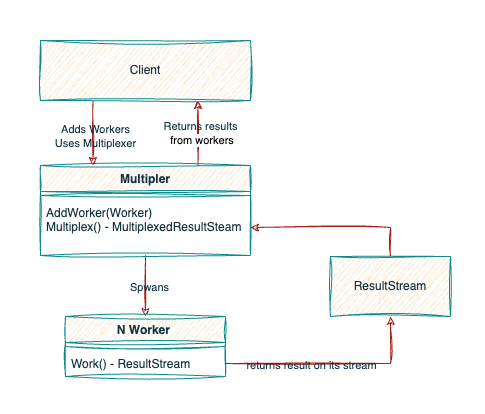
Earlier version of the draw.io export forkjoin_library.png (kubesure/forkjoin). Source tidied: cells renumbered, new cells last; positions are measured from the earlier drawing's top-left corner, leaving out a move shared by most shapes. The source it was exported from:
```xml
<mxGraphModel>
  <root>
    <mxCell id="0" />
    <mxCell id="1" parent="0" />
    <mxCell id="2" style="edgeStyle=orthogonalEdgeStyle;rounded=0;jettySize=auto;html=1;entryX=0.5;entryY=0;entryDx=0;entryDy=0;sketch=1;curveFitting=1;jiggle=2;labelBackgroundColor=none;strokeColor=#A8201A;fontColor=default;" parent="1" edge="1" source="6" target="9">
      <mxGeometry relative="1" as="geometry" />
    </mxCell>
    <mxCell id="3" value="Spwans" style="edgeLabel;html=1;align=center;verticalAlign=middle;sketch=1;curveFitting=1;jiggle=2;labelBackgroundColor=none;fontColor=#143642;" parent="2" vertex="1">
      <mxGeometry x="0.02" y="3" relative="1" as="geometry" />
    </mxCell>
    <mxCell id="4" style="edgeStyle=orthogonalEdgeStyle;rounded=0;jettySize=auto;html=1;exitX=0.75;exitY=0;exitDx=0;exitDy=0;entryX=0.75;entryY=1;entryDx=0;entryDy=0;sketch=1;curveFitting=1;jiggle=2;labelBackgroundColor=none;strokeColor=#A8201A;fontColor=default;" parent="1" edge="1" source="6" target="18">
      <mxGeometry relative="1" as="geometry" />
    </mxCell>
    <mxCell id="5" value="Returns results&lt;div&gt;&amp;nbsp;&lt;span style=&quot;background-color: light-dark(#ffffff, var(--ge-dark-color, #121212)); color: light-dark(rgb(0, 0, 0), rgb(255, 255, 255));&quot;&gt;from workers&lt;/span&gt;&lt;/div&gt;" style="edgeLabel;html=1;align=center;verticalAlign=middle;sketch=1;curveFitting=1;jiggle=2;labelBackgroundColor=none;fontColor=#143642;" parent="4" vertex="1">
      <mxGeometry y="-1" relative="1" as="geometry">
        <mxPoint x="1" as="offset" />
      </mxGeometry>
    </mxCell>
    <mxCell id="6" value="Multipler" style="swimlane;fontStyle=1;align=center;verticalAlign=top;horizontal=1;startSize=26;whiteSpace=wrap;html=1;sketch=1;curveFitting=1;jiggle=2;labelBackgroundColor=none;fillColor=#FAE5C7;strokeColor=#0F8B8D;fontColor=#143642;" parent="1" vertex="1">
      <mxGeometry x="40" y="165" width="210" height="90" as="geometry" />
    </mxCell>
    <mxCell id="7" style="line;strokeWidth=1;fillColor=none;align=left;verticalAlign=middle;spacingTop=-1;spacingLeft=3;spacingRight=3;labelPosition=right;strokeColor=#0F8B8D;sketch=1;curveFitting=1;jiggle=2;labelBackgroundColor=none;fontColor=#143642;" parent="6" vertex="1">
      <mxGeometry y="26" width="210" height="8" as="geometry" />
    </mxCell>
    <mxCell id="8" value="AddWorker(Worker)&lt;div&gt;Multiplex() - MultiplexedResultSteam&lt;/div&gt;" style="text;strokeColor=none;fillColor=none;align=left;verticalAlign=top;spacingLeft=4;spacingRight=4;overflow=hidden;points=[[0,0.5],[1,0.5]];portConstraint=eastwest;whiteSpace=wrap;html=1;sketch=1;curveFitting=1;jiggle=2;labelBackgroundColor=none;fontColor=#143642;" parent="6" vertex="1">
      <mxGeometry y="34" width="210" height="56" as="geometry" />
    </mxCell>
    <mxCell id="9" value="N Worker&amp;nbsp;" style="swimlane;fontStyle=1;align=center;verticalAlign=top;horizontal=1;startSize=26;whiteSpace=wrap;html=1;sketch=1;curveFitting=1;jiggle=2;labelBackgroundColor=none;fillColor=#FAE5C7;strokeColor=#0F8B8D;fontColor=#143642;" parent="1" vertex="1">
      <mxGeometry x="65" y="316" width="160" height="60" as="geometry" />
    </mxCell>
    <mxCell id="10" style="line;strokeWidth=1;fillColor=none;align=left;verticalAlign=middle;spacingTop=-1;spacingLeft=3;spacingRight=3;labelPosition=right;strokeColor=#0F8B8D;sketch=1;curveFitting=1;jiggle=2;labelBackgroundColor=none;fontColor=#143642;" parent="9" vertex="1">
      <mxGeometry y="26" width="160" height="8" as="geometry" />
    </mxCell>
    <mxCell id="11" value="Work() - ResultStream" style="text;strokeColor=none;fillColor=none;align=left;verticalAlign=top;spacingLeft=4;spacingRight=4;overflow=hidden;points=[[0,0.5],[1,0.5]];portConstraint=eastwest;whiteSpace=wrap;html=1;sketch=1;curveFitting=1;jiggle=2;labelBackgroundColor=none;fontColor=#143642;" parent="9" vertex="1">
      <mxGeometry y="34" width="160" height="26" as="geometry" />
    </mxCell>
    <mxCell id="12" style="edgeStyle=orthogonalEdgeStyle;rounded=0;jettySize=auto;html=1;entryX=1;entryY=0.5;entryDx=0;entryDy=0;exitX=0.5;exitY=0;exitDx=0;exitDy=0;sketch=1;curveFitting=1;jiggle=2;labelBackgroundColor=none;strokeColor=#A8201A;fontColor=default;" parent="1" edge="1" source="13" target="8">
      <mxGeometry relative="1" as="geometry" />
    </mxCell>
    <mxCell id="13" value="ResultStream" style="rounded=0;whiteSpace=wrap;html=1;sketch=1;curveFitting=1;jiggle=2;labelBackgroundColor=none;fillColor=#FAE5C7;strokeColor=#0F8B8D;fontColor=#143642;" parent="1" vertex="1">
      <mxGeometry x="330" y="256" width="120" height="60" as="geometry" />
    </mxCell>
    <mxCell id="14" style="edgeStyle=orthogonalEdgeStyle;rounded=0;jettySize=auto;html=1;entryX=0.5;entryY=1;entryDx=0;entryDy=0;sketch=1;curveFitting=1;jiggle=2;labelBackgroundColor=none;strokeColor=#A8201A;fontColor=default;" parent="1" edge="1" source="11" target="13">
      <mxGeometry relative="1" as="geometry" />
    </mxCell>
    <mxCell id="15" value="returns result on its stream" style="edgeLabel;html=1;align=center;verticalAlign=middle;sketch=1;curveFitting=1;jiggle=2;labelBackgroundColor=none;fontColor=#143642;" parent="14" vertex="1">
      <mxGeometry x="-0.2" y="-1" relative="1" as="geometry" />
    </mxCell>
    <mxCell id="16" style="edgeStyle=orthogonalEdgeStyle;rounded=0;jettySize=auto;html=1;exitX=0.25;exitY=1;exitDx=0;exitDy=0;entryX=0.25;entryY=0;entryDx=0;entryDy=0;sketch=1;curveFitting=1;jiggle=2;labelBackgroundColor=none;strokeColor=#A8201A;fontColor=default;" parent="1" edge="1" source="18" target="6">
      <mxGeometry relative="1" as="geometry" />
    </mxCell>
    <mxCell id="17" value="Adds Workers&lt;div&gt;Uses Multiplexer&lt;/div&gt;" style="edgeLabel;html=1;align=center;verticalAlign=middle;sketch=1;curveFitting=1;jiggle=2;labelBackgroundColor=none;fontColor=#143642;" parent="16" vertex="1">
      <mxGeometry x="0.09" y="2" relative="1" as="geometry" />
    </mxCell>
    <mxCell id="18" value="Client" style="rounded=0;whiteSpace=wrap;html=1;sketch=1;curveFitting=1;jiggle=2;labelBackgroundColor=none;fillColor=#FAE5C7;strokeColor=#0F8B8D;fontColor=#143642;" parent="1" vertex="1">
      <mxGeometry x="40" y="40" width="210" height="60" as="geometry" />
    </mxCell>
    <mxCell id="19" style="text;strokeColor=none;fillColor=none;align=left;verticalAlign=middle;spacingTop=-1;spacingLeft=4;spacingRight=4;labelPosition=right;fontFamily=Architects Daughter;fontSource=https%3A%2F%2Ffonts.googleapis.com%2Fcss%3Ffamily%3DArchitects%2BDaughter;fontColor=#143642;" parent="1" vertex="1">
      <mxGeometry y="209" width="20" height="14" as="geometry" />
    </mxCell>
    <mxCell id="20" style="text;strokeColor=none;fillColor=none;align=left;verticalAlign=middle;spacingTop=-1;spacingLeft=4;spacingRight=4;labelPosition=right;fontFamily=Architects Daughter;fontSource=https%3A%2F%2Ffonts.googleapis.com%2Fcss%3Ffamily%3DArchitects%2BDaughter;fontColor=#143642;" parent="1" vertex="1">
      <mxGeometry x="465" y="289" width="20" height="14" as="geometry" />
    </mxCell>
    <mxCell id="21" style="text;strokeColor=none;fillColor=none;align=left;verticalAlign=middle;spacingTop=-1;spacingLeft=4;spacingRight=4;labelPosition=right;fontFamily=Architects Daughter;fontSource=https%3A%2F%2Ffonts.googleapis.com%2Fcss%3Ffamily%3DArchitects%2BDaughter;fontColor=#143642;" parent="1" vertex="1">
      <mxGeometry x="200" y="400" width="20" height="14" as="geometry" />
    </mxCell>
    <mxCell id="22" style="text;strokeColor=none;fillColor=none;align=left;verticalAlign=middle;spacingTop=-1;spacingLeft=4;spacingRight=4;labelPosition=right;fontFamily=Architects Daughter;fontSource=https%3A%2F%2Ffonts.googleapis.com%2Fcss%3Ffamily%3DArchitects%2BDaughter;fontColor=#143642;" parent="1" vertex="1">
      <mxGeometry x="190" width="20" height="14" as="geometry" />
    </mxCell>
  </root>
</mxGraphModel>
```
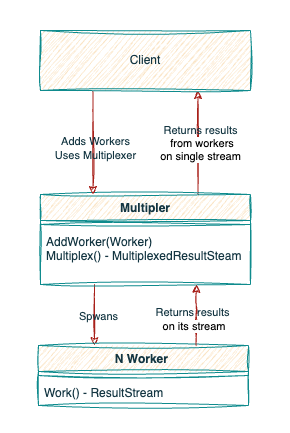
After the change.

What changed in the source:
```diff
@@ -2,70 +2,67 @@
   <root>
     <mxCell id="0" />
     <mxCell id="1" parent="0" />
-    <mxCell id="2" style="edgeStyle=orthogonalEdgeStyle;rounded=0;jettySize=auto;html=1;entryX=0.5;entryY=0;entryDx=0;entryDy=0;sketch=1;curveFitting=1;jiggle=2;labelBackgroundColor=none;strokeColor=#A8201A;fontColor=default;" parent="1" edge="1" source="6" target="9">
-      <mxGeometry relative="1" as="geometry" />
+    <mxCell id="2" style="edgeStyle=orthogonalEdgeStyle;rounded=0;orthogonalLoop=1;jettySize=auto;html=1;entryX=0.5;entryY=0;entryDx=0;entryDy=0;labelBackgroundColor=none;strokeColor=#A8201A;fontColor=default;sketch=1;curveFitting=1;jiggle=2;" parent="1" edge="1">
+      <mxGeometry relative="1" as="geometry">
+        <mxPoint x="14" y="284" as="sourcePoint" />
+        <mxPoint x="14" y="345" as="targetPoint" />
+      </mxGeometry>
     </mxCell>
-    <mxCell id="3" value="Spwans" style="edgeLabel;html=1;align=center;verticalAlign=middle;sketch=1;curveFitting=1;jiggle=2;labelBackgroundColor=none;fontColor=#143642;" parent="2" vertex="1">
+    <mxCell id="3" value="Spwans" style="edgeLabel;html=1;align=center;verticalAlign=middle;labelBackgroundColor=none;fontColor=#143642;sketch=1;curveFitting=1;jiggle=2;" parent="2" vertex="1">
       <mxGeometry x="0.02" y="3" relative="1" as="geometry" />
     </mxCell>
-    <mxCell id="4" style="edgeStyle=orthogonalEdgeStyle;rounded=0;jettySize=auto;html=1;exitX=0.75;exitY=0;exitDx=0;exitDy=0;entryX=0.75;entryY=1;entryDx=0;entryDy=0;sketch=1;curveFitting=1;jiggle=2;labelBackgroundColor=none;strokeColor=#A8201A;fontColor=default;" parent="1" edge="1" source="6" target="18">
+    <mxCell id="4" style="edgeStyle=orthogonalEdgeStyle;rounded=0;jettySize=auto;html=1;exitX=0.75;exitY=0;exitDx=0;exitDy=0;entryX=0.75;entryY=1;entryDx=0;entryDy=0;labelBackgroundColor=none;strokeColor=#A8201A;fontColor=default;sketch=1;curveFitting=1;jiggle=2;" parent="1" edge="1" source="6" target="18">
       <mxGeometry relative="1" as="geometry" />
     </mxCell>
-    <mxCell id="5" value="Returns results&lt;div&gt;&amp;nbsp;&lt;span style=&quot;background-color: light-dark(#ffffff, var(--ge-dark-color, #121212)); color: light-dark(rgb(0, 0, 0), rgb(255, 255, 255));&quot;&gt;from workers&lt;/span&gt;&lt;/div&gt;" style="edgeLabel;html=1;align=center;verticalAlign=middle;sketch=1;curveFitting=1;jiggle=2;labelBackgroundColor=none;fontColor=#143642;" parent="4" vertex="1">
+    <mxCell id="5" value="Returns results&lt;div&gt;&amp;nbsp;&lt;span style=&quot;background-color: light-dark(#ffffff, var(--ge-dark-color, #121212)); color: light-dark(rgb(0, 0, 0), rgb(255, 255, 255));&quot;&gt;from workers&lt;/span&gt;&lt;/div&gt;&lt;div&gt;&lt;span style=&quot;background-color: light-dark(#ffffff, var(--ge-dark-color, #121212)); color: light-dark(rgb(0, 0, 0), rgb(255, 255, 255));&quot;&gt;on single stream&lt;/span&gt;&lt;/div&gt;" style="edgeLabel;html=1;align=center;verticalAlign=middle;labelBackgroundColor=none;fontColor=#143642;sketch=1;curveFitting=1;jiggle=2;" parent="4" vertex="1">
       <mxGeometry y="-1" relative="1" as="geometry">
         <mxPoint x="1" as="offset" />
       </mxGeometry>
     </mxCell>
-    <mxCell id="6" value="Multipler" style="swimlane;fontStyle=1;align=center;verticalAlign=top;horizontal=1;startSize=26;whiteSpace=wrap;html=1;sketch=1;curveFitting=1;jiggle=2;labelBackgroundColor=none;fillColor=#FAE5C7;strokeColor=#0F8B8D;fontColor=#143642;" parent="1" vertex="1">
-      <mxGeometry x="40" y="165" width="210" height="90" as="geometry" />
+    <mxCell id="6" value="Multipler" style="swimlane;fontStyle=1;align=center;verticalAlign=top;horizontal=1;startSize=26;whiteSpace=wrap;html=1;labelBackgroundColor=none;fillColor=#FAE5C7;strokeColor=#0F8B8D;fontColor=#143642;sketch=1;curveFitting=1;jiggle=2;" parent="1" vertex="1">
+      <mxGeometry x="-40" y="194" width="210" height="90" as="geometry" />
     </mxCell>
-    <mxCell id="7" style="line;strokeWidth=1;fillColor=none;align=left;verticalAlign=middle;spacingTop=-1;spacingLeft=3;spacingRight=3;labelPosition=right;strokeColor=#0F8B8D;sketch=1;curveFitting=1;jiggle=2;labelBackgroundColor=none;fontColor=#143642;" parent="6" vertex="1">
+    <mxCell id="7" style="line;strokeWidth=1;fillColor=none;align=left;verticalAlign=middle;spacingTop=-1;spacingLeft=3;spacingRight=3;labelPosition=right;strokeColor=#0F8B8D;labelBackgroundColor=none;fontColor=#143642;sketch=1;curveFitting=1;jiggle=2;" parent="6" vertex="1">
       <mxGeometry y="26" width="210" height="8" as="geometry" />
     </mxCell>
-    <mxCell id="8" value="AddWorker(Worker)&lt;div&gt;Multiplex() - MultiplexedResultSteam&lt;/div&gt;" style="text;strokeColor=none;fillColor=none;align=left;verticalAlign=top;spacingLeft=4;spacingRight=4;overflow=hidden;points=[[0,0.5],[1,0.5]];portConstraint=eastwest;whiteSpace=wrap;html=1;sketch=1;curveFitting=1;jiggle=2;labelBackgroundColor=none;fontColor=#143642;" parent="6" vertex="1">
+    <mxCell id="8" value="AddWorker(Worker)&lt;div&gt;Multiplex() - MultiplexedResultSteam&lt;/div&gt;" style="text;strokeColor=none;fillColor=none;align=left;verticalAlign=top;spacingLeft=4;spacingRight=4;overflow=hidden;points=[[0,0.5],[1,0.5]];portConstraint=eastwest;whiteSpace=wrap;html=1;labelBackgroundColor=none;fontColor=#143642;sketch=1;curveFitting=1;jiggle=2;" parent="6" vertex="1">
       <mxGeometry y="34" width="210" height="56" as="geometry" />
     </mxCell>
-    <mxCell id="9" value="N Worker&amp;nbsp;" style="swimlane;fontStyle=1;align=center;verticalAlign=top;horizontal=1;startSize=26;whiteSpace=wrap;html=1;sketch=1;curveFitting=1;jiggle=2;labelBackgroundColor=none;fillColor=#FAE5C7;strokeColor=#0F8B8D;fontColor=#143642;" parent="1" vertex="1">
-      <mxGeometry x="65" y="316" width="160" height="60" as="geometry" />
+    <mxCell id="9" value="N Worker&amp;nbsp;" style="swimlane;fontStyle=1;align=center;verticalAlign=top;horizontal=1;startSize=26;whiteSpace=wrap;html=1;labelBackgroundColor=none;fillColor=#FAE5C7;strokeColor=#0F8B8D;fontColor=#143642;sketch=1;curveFitting=1;jiggle=2;" parent="1" vertex="1">
+      <mxGeometry x="-42" y="345" width="210" height="60" as="geometry" />
     </mxCell>
-    <mxCell id="10" style="line;strokeWidth=1;fillColor=none;align=left;verticalAlign=middle;spacingTop=-1;spacingLeft=3;spacingRight=3;labelPosition=right;strokeColor=#0F8B8D;sketch=1;curveFitting=1;jiggle=2;labelBackgroundColor=none;fontColor=#143642;" parent="9" vertex="1">
-      <mxGeometry y="26" width="160" height="8" as="geometry" />
+    <mxCell id="10" style="line;strokeWidth=1;fillColor=none;align=left;verticalAlign=middle;spacingTop=-1;spacingLeft=3;spacingRight=3;labelPosition=right;strokeColor=#0F8B8D;labelBackgroundColor=none;fontColor=#143642;sketch=1;curveFitting=1;jiggle=2;" parent="9" vertex="1">
+      <mxGeometry y="26" width="210" height="8" as="geometry" />
     </mxCell>
-    <mxCell id="11" value="Work() - ResultStream" style="text;strokeColor=none;fillColor=none;align=left;verticalAlign=top;spacingLeft=4;spacingRight=4;overflow=hidden;points=[[0,0.5],[1,0.5]];portConstraint=eastwest;whiteSpace=wrap;html=1;sketch=1;curveFitting=1;jiggle=2;labelBackgroundColor=none;fontColor=#143642;" parent="9" vertex="1">
-      <mxGeometry y="34" width="160" height="26" as="geometry" />
+    <mxCell id="11" value="Work() - ResultStream" style="text;strokeColor=none;fillColor=none;align=left;verticalAlign=top;spacingLeft=4;spacingRight=4;overflow=hidden;points=[[0,0.5],[1,0.5]];portConstraint=eastwest;whiteSpace=wrap;html=1;labelBackgroundColor=none;fontColor=#143642;sketch=1;curveFitting=1;jiggle=2;" parent="9" vertex="1">
+      <mxGeometry y="34" width="210" height="26" as="geometry" />
     </mxCell>
-    <mxCell id="12" style="edgeStyle=orthogonalEdgeStyle;rounded=0;jettySize=auto;html=1;entryX=1;entryY=0.5;entryDx=0;entryDy=0;exitX=0.5;exitY=0;exitDx=0;exitDy=0;sketch=1;curveFitting=1;jiggle=2;labelBackgroundColor=none;strokeColor=#A8201A;fontColor=default;" parent="1" edge="1" source="13" target="8">
-      <mxGeometry relative="1" as="geometry" />
-    </mxCell>
-    <mxCell id="13" value="ResultStream" style="rounded=0;whiteSpace=wrap;html=1;sketch=1;curveFitting=1;jiggle=2;labelBackgroundColor=none;fillColor=#FAE5C7;strokeColor=#0F8B8D;fontColor=#143642;" parent="1" vertex="1">
-      <mxGeometry x="330" y="256" width="120" height="60" as="geometry" />
-    </mxCell>
-    <mxCell id="14" style="edgeStyle=orthogonalEdgeStyle;rounded=0;jettySize=auto;html=1;entryX=0.5;entryY=1;entryDx=0;entryDy=0;sketch=1;curveFitting=1;jiggle=2;labelBackgroundColor=none;strokeColor=#A8201A;fontColor=default;" parent="1" edge="1" source="11" target="13">
-      <mxGeometry relative="1" as="geometry" />
-    </mxCell>
-    <mxCell id="15" value="returns result on its stream" style="edgeLabel;html=1;align=center;verticalAlign=middle;sketch=1;curveFitting=1;jiggle=2;labelBackgroundColor=none;fontColor=#143642;" parent="14" vertex="1">
-      <mxGeometry x="-0.2" y="-1" relative="1" as="geometry" />
-    </mxCell>
-    <mxCell id="16" style="edgeStyle=orthogonalEdgeStyle;rounded=0;jettySize=auto;html=1;exitX=0.25;exitY=1;exitDx=0;exitDy=0;entryX=0.25;entryY=0;entryDx=0;entryDy=0;sketch=1;curveFitting=1;jiggle=2;labelBackgroundColor=none;strokeColor=#A8201A;fontColor=default;" parent="1" edge="1" source="18" target="6">
+    <mxCell id="16" style="edgeStyle=orthogonalEdgeStyle;rounded=0;jettySize=auto;html=1;exitX=0.25;exitY=1;exitDx=0;exitDy=0;entryX=0.25;entryY=0;entryDx=0;entryDy=0;labelBackgroundColor=none;strokeColor=#A8201A;fontColor=default;sketch=1;curveFitting=1;jiggle=2;" parent="1" edge="1" source="18" target="6">
       <mxGeometry relative="1" as="geometry" />
     </mxCell>
-    <mxCell id="17" value="Adds Workers&lt;div&gt;Uses Multiplexer&lt;/div&gt;" style="edgeLabel;html=1;align=center;verticalAlign=middle;sketch=1;curveFitting=1;jiggle=2;labelBackgroundColor=none;fontColor=#143642;" parent="16" vertex="1">
+    <mxCell id="17" value="Adds Workers&lt;div&gt;Uses Multiplexer&lt;/div&gt;" style="edgeLabel;html=1;align=center;verticalAlign=middle;labelBackgroundColor=none;fontColor=#143642;sketch=1;curveFitting=1;jiggle=2;" parent="16" vertex="1">
       <mxGeometry x="0.09" y="2" relative="1" as="geometry" />
     </mxCell>
-    <mxCell id="18" value="Client" style="rounded=0;whiteSpace=wrap;html=1;sketch=1;curveFitting=1;jiggle=2;labelBackgroundColor=none;fillColor=#FAE5C7;strokeColor=#0F8B8D;fontColor=#143642;" parent="1" vertex="1">
-      <mxGeometry x="40" y="40" width="210" height="60" as="geometry" />
+    <mxCell id="18" value="Client" style="rounded=0;whiteSpace=wrap;html=1;labelBackgroundColor=none;fillColor=#FAE5C7;strokeColor=#0F8B8D;fontColor=#143642;sketch=1;curveFitting=1;jiggle=2;" parent="1" vertex="1">
+      <mxGeometry x="-40" y="30" width="210" height="60" as="geometry" />
     </mxCell>
-    <mxCell id="19" style="text;strokeColor=none;fillColor=none;align=left;verticalAlign=middle;spacingTop=-1;spacingLeft=4;spacingRight=4;labelPosition=right;fontFamily=Architects Daughter;fontSource=https%3A%2F%2Ffonts.googleapis.com%2Fcss%3Ffamily%3DArchitects%2BDaughter;fontColor=#143642;" parent="1" vertex="1">
-      <mxGeometry y="209" width="20" height="14" as="geometry" />
+    <mxCell id="19" style="text;strokeColor=none;fillColor=none;align=left;verticalAlign=middle;spacingTop=-1;spacingLeft=4;spacingRight=4;labelPosition=right;fontFamily=Architects Daughter;fontSource=https%3A%2F%2Ffonts.googleapis.com%2Fcss%3Ffamily%3DArchitects%2BDaughter;fontColor=#143642;sketch=1;curveFitting=1;jiggle=2;labelBackgroundColor=none;" parent="1" vertex="1">
+      <mxGeometry x="-80" y="238" width="20" height="14" as="geometry" />
     </mxCell>
-    <mxCell id="20" style="text;strokeColor=none;fillColor=none;align=left;verticalAlign=middle;spacingTop=-1;spacingLeft=4;spacingRight=4;labelPosition=right;fontFamily=Architects Daughter;fontSource=https%3A%2F%2Ffonts.googleapis.com%2Fcss%3Ffamily%3DArchitects%2BDaughter;fontColor=#143642;" parent="1" vertex="1">
-      <mxGeometry x="465" y="289" width="20" height="14" as="geometry" />
+    <mxCell id="20" style="text;strokeColor=none;fillColor=none;align=left;verticalAlign=middle;spacingTop=-1;spacingLeft=4;spacingRight=4;labelPosition=right;fontFamily=Architects Daughter;fontSource=https%3A%2F%2Ffonts.googleapis.com%2Fcss%3Ffamily%3DArchitects%2BDaughter;fontColor=#143642;sketch=1;curveFitting=1;jiggle=2;labelBackgroundColor=none;" parent="1" vertex="1">
+      <mxGeometry x="190" y="238" width="20" height="14" as="geometry" />
     </mxCell>
-    <mxCell id="21" style="text;strokeColor=none;fillColor=none;align=left;verticalAlign=middle;spacingTop=-1;spacingLeft=4;spacingRight=4;labelPosition=right;fontFamily=Architects Daughter;fontSource=https%3A%2F%2Ffonts.googleapis.com%2Fcss%3Ffamily%3DArchitects%2BDaughter;fontColor=#143642;" parent="1" vertex="1">
-      <mxGeometry x="200" y="400" width="20" height="14" as="geometry" />
+    <mxCell id="21" style="text;strokeColor=none;fillColor=none;align=left;verticalAlign=middle;spacingTop=-1;spacingLeft=4;spacingRight=4;labelPosition=right;fontFamily=Architects Daughter;fontSource=https%3A%2F%2Ffonts.googleapis.com%2Fcss%3Ffamily%3DArchitects%2BDaughter;fontColor=#143642;sketch=1;curveFitting=1;jiggle=2;labelBackgroundColor=none;" parent="1" vertex="1">
+      <mxGeometry x="50" y="419" width="20" height="14" as="geometry" />
     </mxCell>
-    <mxCell id="22" style="text;strokeColor=none;fillColor=none;align=left;verticalAlign=middle;spacingTop=-1;spacingLeft=4;spacingRight=4;labelPosition=right;fontFamily=Architects Daughter;fontSource=https%3A%2F%2Ffonts.googleapis.com%2Fcss%3Ffamily%3DArchitects%2BDaughter;fontColor=#143642;" parent="1" vertex="1">
-      <mxGeometry x="190" width="20" height="14" as="geometry" />
+    <mxCell id="22" style="text;strokeColor=none;fillColor=none;align=left;verticalAlign=middle;spacingTop=-1;spacingLeft=4;spacingRight=4;labelPosition=right;fontFamily=Architects Daughter;fontSource=https%3A%2F%2Ffonts.googleapis.com%2Fcss%3Ffamily%3DArchitects%2BDaughter;fontColor=#143642;sketch=1;curveFitting=1;jiggle=2;labelBackgroundColor=none;" parent="1" vertex="1">
+      <mxGeometry x="55" width="20" height="14" as="geometry" />
     </mxCell>
+    <mxCell id="23" style="edgeStyle=orthogonalEdgeStyle;rounded=0;jettySize=auto;html=1;exitX=0.75;exitY=0;exitDx=0;exitDy=0;entryX=0.743;entryY=1;entryDx=0;entryDy=0;entryPerimeter=0;fillColor=#FAE5C7;strokeColor=#A8201A;sketch=1;curveFitting=1;jiggle=2;labelBackgroundColor=none;fontColor=default;" parent="1" edge="1" source="9" target="8">
+      <mxGeometry relative="1" as="geometry" />
+    </mxCell>
+    <mxCell id="24" value="Returns results&lt;div&gt;&amp;nbsp;&lt;font color=&quot;#000000&quot;&gt;&lt;span style=&quot;background-color: rgb(255, 255, 255);&quot;&gt;on its stream&lt;/span&gt;&lt;/font&gt;&lt;/div&gt;" style="edgeLabel;html=1;align=center;verticalAlign=middle;labelBackgroundColor=none;fontColor=#143642;sketch=1;curveFitting=1;jiggle=2;" parent="1" vertex="1">
+      <mxGeometry x="111" y="318" as="geometry" />
+    </mxCell>
   </root>
 </mxGraphModel>
```
